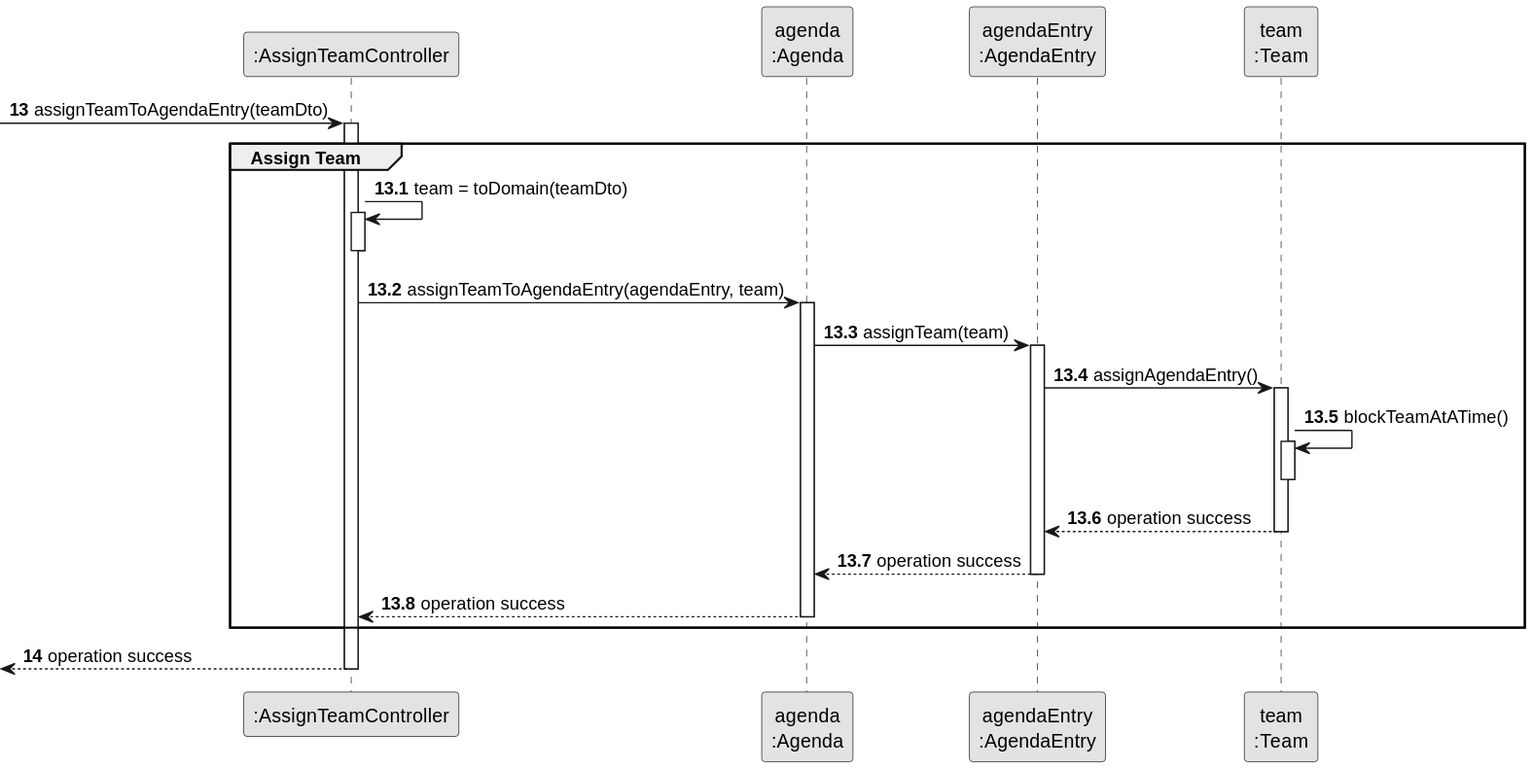
The PlantUML diagram docs/sprintC/us023/03.design/svg/us023-sequence-diagram-partial-assign-team.svg in diogoveirospro/lei-24-s2-1dg-g072, before a commit. Source of this version:
```plantuml
@startuml
skinparam monochrome true
skinparam packageStyle rectangle
skinparam shadowing false

participant ":AssignTeamController" as CTRL
participant "agenda\n:Agenda" as AGENDA
participant "agendaEntry\n:AgendaEntry" as AGENDAENTRY
participant "team\n:Team" as TEAM

autonumber 13
-> CTRL: assignTeamToAgendaEntry(teamDto)

autonumber 13.1
activate CTRL
    group Assign Team

            CTRL -> CTRL : team = toDomain(teamDto)
            activate CTRL
            deactivate CTRL

            CTRL -> AGENDA : assignTeamToAgendaEntry(agendaEntry, team)
            activate AGENDA

                AGENDA -> AGENDAENTRY : assignTeam(team)
                activate AGENDAENTRY

                    AGENDAENTRY -> TEAM : assignAgendaEntry()
                    activate TEAM

                        TEAM -> TEAM : blockTeamAtATime()
                        activate TEAM
                        deactivate TEAM

                        TEAM --> AGENDAENTRY : operation success
                    deactivate TEAM

                    AGENDAENTRY --> AGENDA : operation success
                deactivate AGENDAENTRY

                AGENDA --> CTRL : operation success
            deactivate AGENDA


    end

    autonumber 14
    <-- CTRL : operation success
deactivate CTRL
@enduml
```
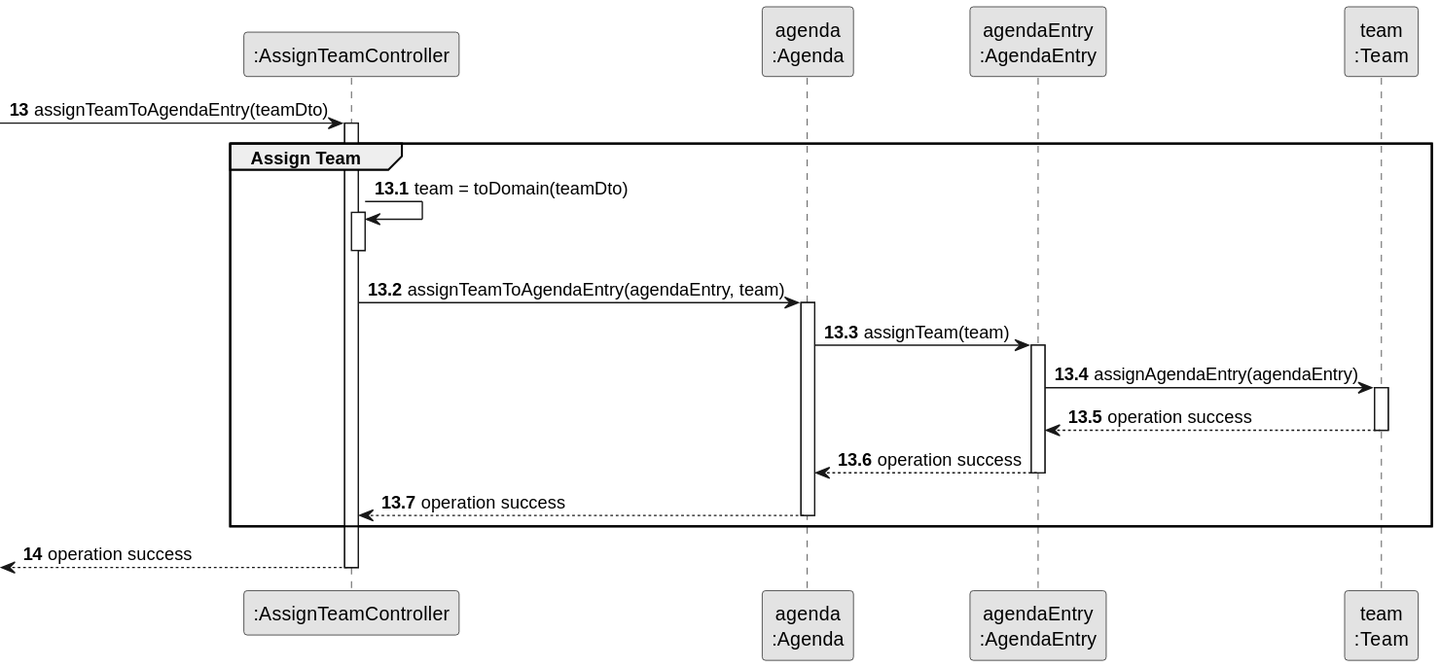
Later version of the same file.

Diff of the diagram source:
```diff
@@ -25,12 +25,8 @@
                 AGENDA -> AGENDAENTRY : assignTeam(team)
                 activate AGENDAENTRY
 
-                    AGENDAENTRY -> TEAM : assignAgendaEntry()
+                    AGENDAENTRY -> TEAM : assignAgendaEntry(agendaEntry)
                     activate TEAM
-
-                        TEAM -> TEAM : blockTeamAtATime()
-                        activate TEAM
-                        deactivate TEAM
 
                         TEAM --> AGENDAENTRY : operation success
                     deactivate TEAM
```
